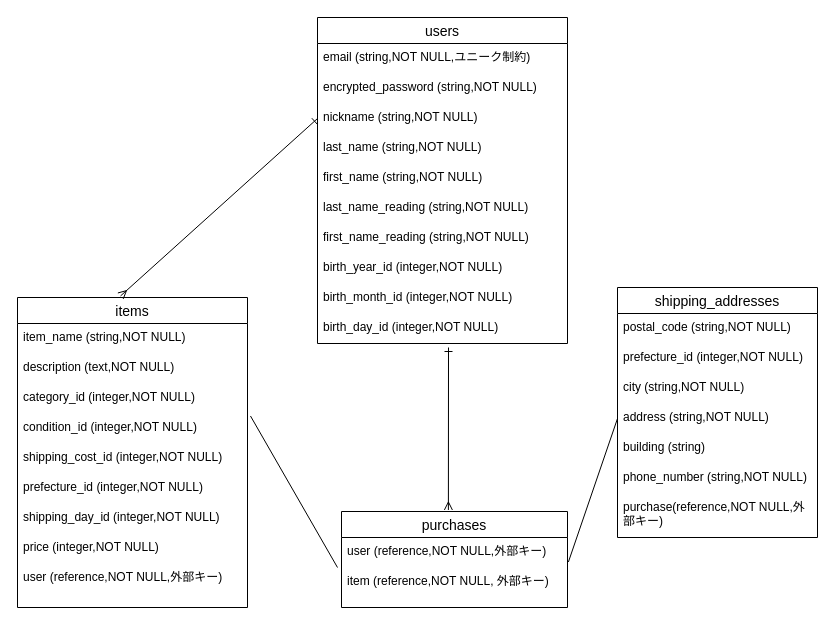
Earlier version of the draw.io diagram furima.dio (hanezu1783/furima-42333). Source tidied: cells renumbered, new cells numbered last; positions are measured from the earlier drawing's top-left corner, leaving out a move shared by most shapes. Both pictures are drawn from the tidied source at 100%, with x=0, y=0 at pixel (17, 17).
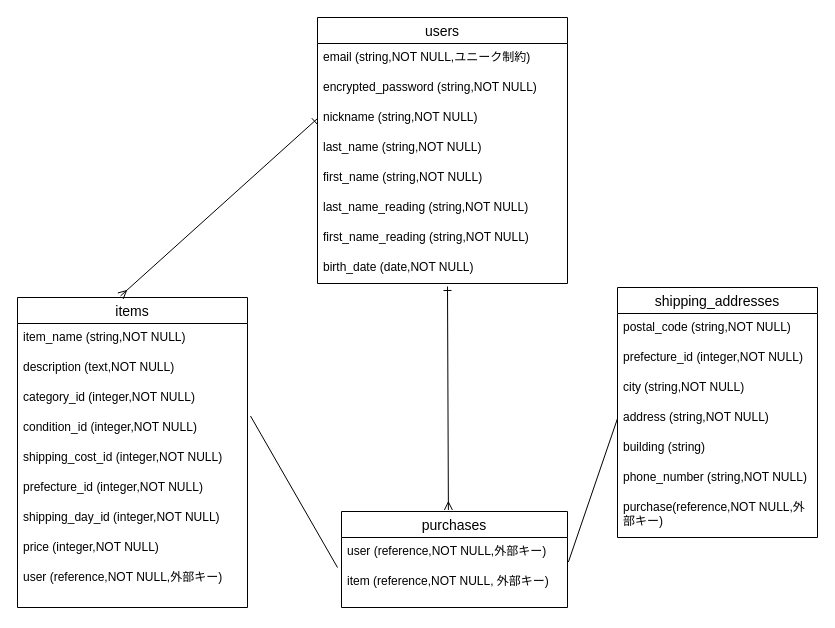
The same page after the edit.

Commit message (it also covers changes not shown here):
データベース設計Ver.3

The change refers to these unchanged cells:
```xml
<mxCell id="23" value="purchases" style="swimlane;fontStyle=0;horizontal=1;startSize=26;align=center;fontSize=14;" parent="1" vertex="1">
  <mxGeometry x="324" y="494" width="226" height="96" as="geometry" />
</mxCell>
```

What changed in the source:
```diff
@@
     <mxCell id="2" value="users" style="swimlane;fontStyle=0;horizontal=1;startSize=26;align=center;fontSize=14;" parent="1" vertex="1">
-      <mxGeometry x="300" width="250" height="326" as="geometry" />
+      <mxGeometry x="300" width="250" height="266" as="geometry" />
     </mxCell>
@@
-    <mxCell id="10" value="birth_year_id&amp;nbsp;&lt;span style=&quot;color: rgb(0, 0, 0);&quot;&gt;(integer,NOT NULL)&lt;/span&gt;" style="text;strokeColor=none;fillColor=none;spacingLeft=4;spacingRight=4;overflow=hidden;points=[[0,0.5],[1,0.5]];portConstraint=eastwest;fontSize=12;whiteSpace=wrap;html=1;" parent="2" vertex="1">
+    <mxCell id="10" value="birth_date&amp;nbsp;&lt;span style=&quot;color: rgb(0, 0, 0);&quot;&gt;(date,NOT NULL)&lt;/span&gt;" style="text;strokeColor=none;fillColor=none;spacingLeft=4;spacingRight=4;overflow=hidden;points=[[0,0.5],[1,0.5]];portConstraint=eastwest;fontSize=12;whiteSpace=wrap;html=1;" parent="2" vertex="1">
       <mxGeometry y="236" width="250" height="30" as="geometry" />
     </mxCell>
-    <mxCell id="11" value="birth_month_id&amp;nbsp;&lt;span style=&quot;color: rgb(0, 0, 0);&quot;&gt;(integer,NOT NULL)&lt;/span&gt;" style="text;strokeColor=none;fillColor=none;spacingLeft=4;spacingRight=4;overflow=hidden;fontSize=12;whiteSpace=wrap;html=1;" parent="2" vertex="1">
-      <mxGeometry y="266" width="250" height="30" as="geometry" />
-    </mxCell>
-    <mxCell id="12" value="&lt;span style=&quot;color: rgb(0, 0, 0);&quot;&gt;birth_day_id (integer,NOT NULL)&lt;/span&gt;" style="text;strokeColor=none;fillColor=none;spacingLeft=4;spacingRight=4;overflow=hidden;fontSize=12;whiteSpace=wrap;html=1;" parent="2" vertex="1">
-      <mxGeometry y="296" width="250" height="30" as="geometry" />
-    </mxCell>
@@
-    <mxCell id="36" style="fontSize=12;html=1;endArrow=ERmany;endFill=0;entryX=0.473;entryY=-0.016;entryDx=0;entryDy=0;rounded=0;entryPerimeter=0;startArrow=ERone;startFill=0;" parent="1" edge="1" target="23">
-      <mxGeometry relative="1" as="geometry">
-        <mxPoint x="431" y="330" as="sourcePoint" />
-      </mxGeometry>
+    <mxCell id="36" style="fontSize=12;html=1;endArrow=ERmany;endFill=0;entryX=0.473;entryY=-0.016;entryDx=0;entryDy=0;rounded=0;entryPerimeter=0;startArrow=ERone;startFill=0;exitX=0.52;exitY=1.1;exitDx=0;exitDy=0;exitPerimeter=0;" parent="1" edge="1" source="10" target="23">
+      <mxGeometry relative="1" as="geometry" />
     </mxCell>
```
